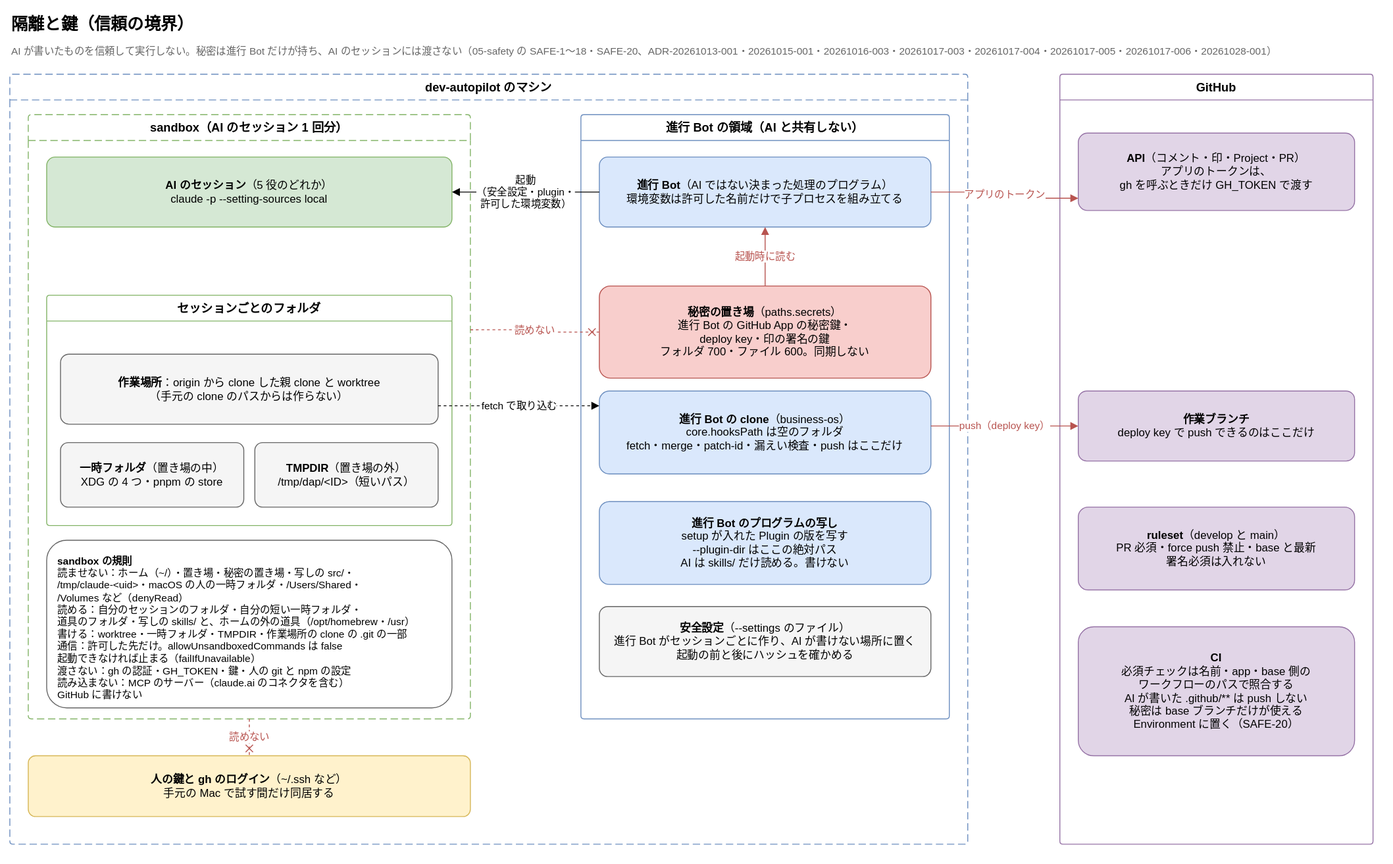
Before: docs/requirements/diagrams/isolation-and-keys.drawio.svg, a diagram exported from draw.io (Joymerrevent/dev-autopilot). Source tidied: cells renumbered, new cells last; positions are measured from the earlier drawing's top-left corner, leaving out a move shared by most shapes.
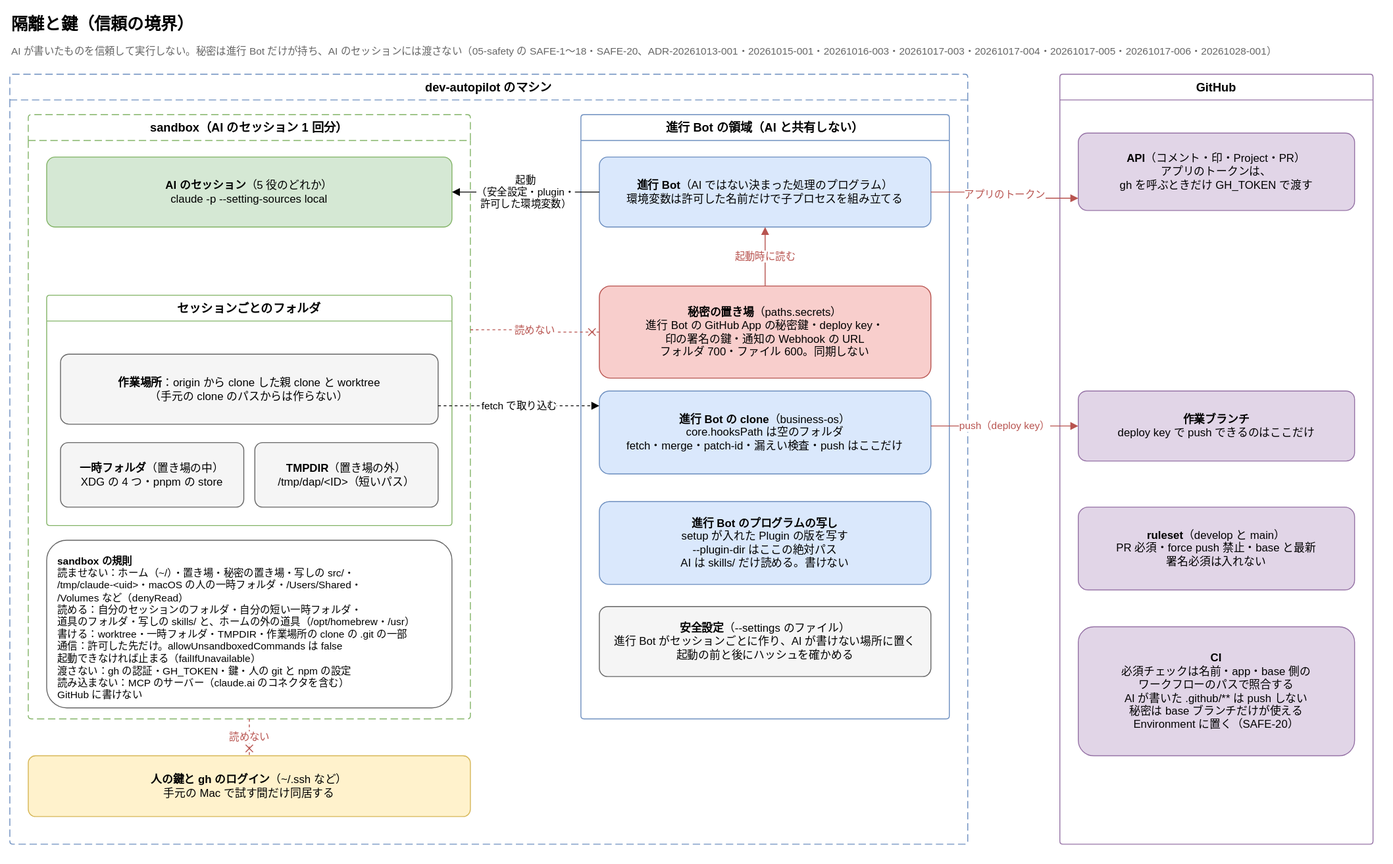
After the change.

Commit message:
docs: 要件の図 3 枚の秘密の置き場の箱に、通知の Webhook の URL を足す

隔離と鍵・全体の構成・フォルダ構成と起動の図の秘密の置き場の箱に、SAFE-1 で足した URL を足す。全体の構成の図は、箱の幅を変えて 3 行に収めた。

Claude-Session: https://claude.ai/code/session_01LvmXQN14Y95msvojZ6hWNP

Change to the diagram source:
```diff
@@ -38,7 +38,7 @@
     <mxCell id="13" value="&lt;b&gt;進行 Bot&lt;/b&gt;（AI ではない決まった処理のプログラム）&lt;br&gt;環境変数は許可した名前だけで子プロセスを組み立てる" style="rounded=1;whiteSpace=wrap;html=1;fontSize=12;arcSize=12;fillColor=#dae8fc;strokeColor=#6c8ebf;spacing=12;" parent="12" vertex="1">
       <mxGeometry x="20" y="46" width="360" height="76" as="geometry" />
     </mxCell>
-    <mxCell id="14" value="&lt;b&gt;秘密の置き場&lt;/b&gt;（paths.secrets）&lt;br&gt;進行 Bot の GitHub App の秘密鍵・&lt;br&gt;deploy key・印の署名の鍵&lt;br&gt;フォルダ 700・ファイル 600。同期しない" style="rounded=1;whiteSpace=wrap;html=1;fontSize=12;arcSize=12;fillColor=#f8cecc;strokeColor=#b85450;spacing=12;" parent="12" vertex="1">
+    <mxCell id="14" value="&lt;b&gt;秘密の置き場&lt;/b&gt;（paths.secrets）&lt;br&gt;進行 Bot の GitHub App の秘密鍵・deploy key・&lt;br&gt;印の署名の鍵・通知の Webhook の URL&lt;br&gt;フォルダ 700・ファイル 600。同期しない" style="rounded=1;whiteSpace=wrap;html=1;fontSize=12;arcSize=12;fillColor=#f8cecc;strokeColor=#b85450;spacing=12;" parent="12" vertex="1">
       <mxGeometry x="20" y="186" width="360" height="100" as="geometry" />
     </mxCell>
     <mxCell id="15" value="&lt;b&gt;進行 Bot の clone&lt;/b&gt;（business-os）&lt;br&gt;core.hooksPath は空のフォルダ&lt;br&gt;fetch・merge・patch-id・漏えい検査・push はここだけ" style="rounded=1;whiteSpace=wrap;html=1;fontSize=12;arcSize=12;fillColor=#dae8fc;strokeColor=#6c8ebf;spacing=12;" parent="12" vertex="1">
```
